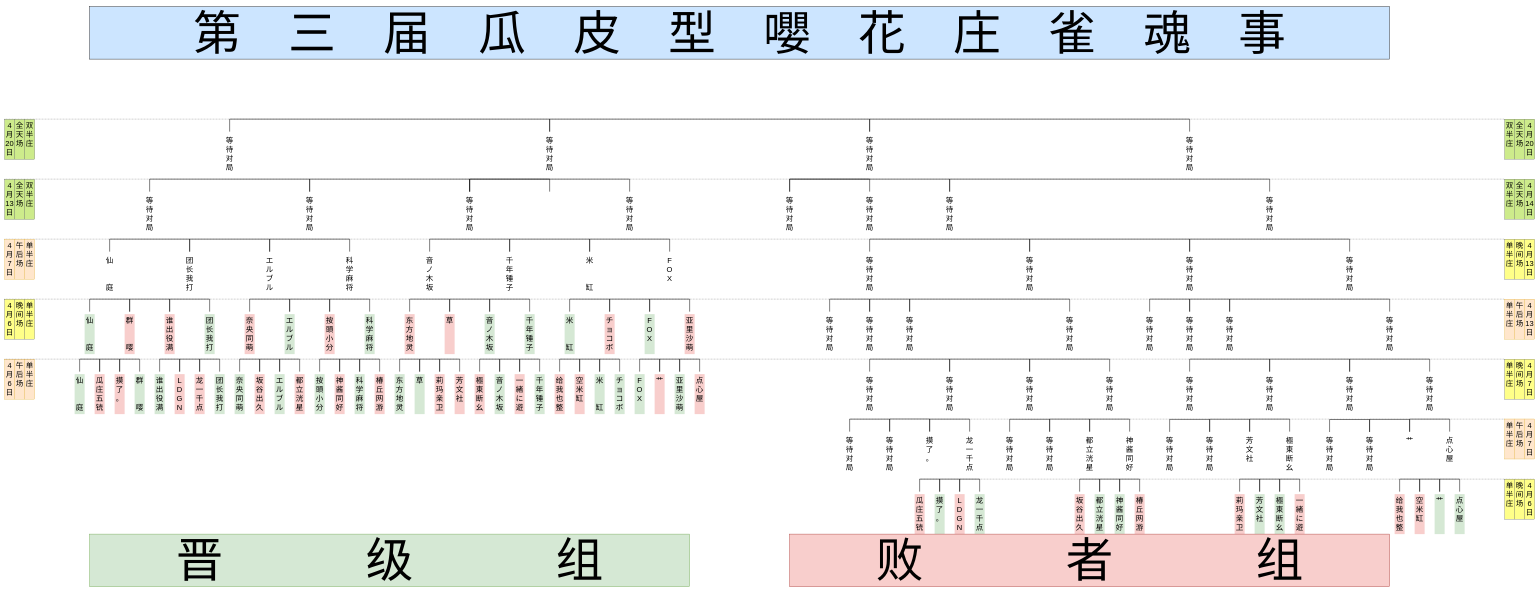
Above: Tree Diagram.drawio in psc2350/pcr.mahjong.pub (draw.io), before the change. Source tidied: cells renumbered, new cells numbered last; positions are measured from the earlier drawing's top-left corner, leaving out a move shared by most shapes. Both pictures are drawn from the tidied source at 25%, with x=0, y=0 at pixel (4, 6).
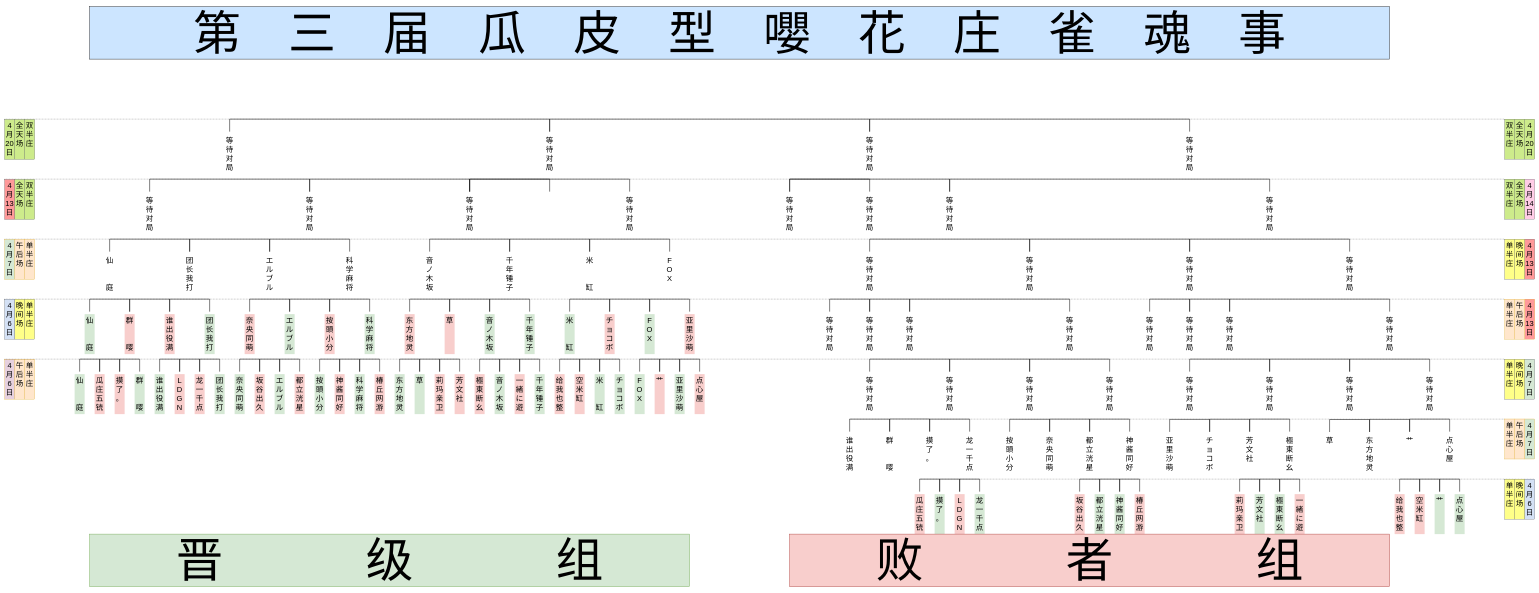
After the change.

The change refers to these unchanged cells:
```xml
<mxCell id="3" style="group;" parent="1" vertex="1">
  <mxGeometry x="280" y="450" width="5560" height="1660" as="geometry" />
</mxCell>
```

What changed in the source:
```diff
@@
-    <mxCell id="203" value="等待对局&lt;br&gt;" style="text;html=1;strokeColor=none;fillColor=none;align=center;verticalAlign=top;whiteSpace=wrap;rounded=0;fontFamily=FZZhunYuan-M02;horizontal=1;fontSize=30;" parent="3" vertex="1">
+    <mxCell id="203" value="群&lt;br&gt;&lt;br&gt;&lt;br&gt;嘤&lt;br&gt;" style="text;html=1;strokeColor=none;fillColor=none;align=center;verticalAlign=top;whiteSpace=wrap;rounded=0;fontFamily=FZZhunYuan-M02;horizontal=1;fontSize=30;" parent="3" vertex="1">
       <mxGeometry x="3240" y="1259.5" width="40" height="160" as="geometry" />
     </mxCell>
@@
-    <mxCell id="205" value="等待对局&lt;br&gt;" style="text;html=1;strokeColor=none;fillColor=none;align=center;verticalAlign=top;whiteSpace=wrap;rounded=0;fontFamily=FZZhunYuan-M02;horizontal=1;fontSize=30;" parent="3" vertex="1">
+    <mxCell id="205" value="谁出役满&lt;br&gt;" style="text;html=1;strokeColor=none;fillColor=none;align=center;verticalAlign=top;whiteSpace=wrap;rounded=0;fontFamily=FZZhunYuan-M02;horizontal=1;fontSize=30;" parent="3" vertex="1">
       <mxGeometry x="3080" y="1260" width="40" height="160" as="geometry" />
     </mxCell>
@@
-    <mxCell id="207" value="等待对局&lt;br&gt;" style="text;html=1;strokeColor=none;fillColor=none;align=center;verticalAlign=top;whiteSpace=wrap;rounded=0;fontFamily=FZZhunYuan-M02;horizontal=1;fontSize=30;" parent="3" vertex="1">
+    <mxCell id="207" value="奈央同萌&lt;br&gt;" style="text;html=1;strokeColor=none;fillColor=none;align=center;verticalAlign=top;whiteSpace=wrap;rounded=0;fontFamily=FZZhunYuan-M02;horizontal=1;fontSize=30;" parent="3" vertex="1">
       <mxGeometry x="3880" y="1260" width="40" height="160" as="geometry" />
     </mxCell>
@@
-    <mxCell id="209" value="等待对局&lt;br&gt;" style="text;html=1;strokeColor=none;fillColor=none;align=center;verticalAlign=top;whiteSpace=wrap;rounded=0;fontFamily=FZZhunYuan-M02;horizontal=1;fontSize=30;" parent="3" vertex="1">
+    <mxCell id="209" value="按頭小分&lt;br&gt;" style="text;html=1;strokeColor=none;fillColor=none;align=center;verticalAlign=top;whiteSpace=wrap;rounded=0;fontFamily=FZZhunYuan-M02;horizontal=1;fontSize=30;" parent="3" vertex="1">
       <mxGeometry x="3720" y="1260.5" width="40" height="160" as="geometry" />
     </mxCell>
@@
-    <mxCell id="211" value="等待对局&lt;br&gt;" style="text;html=1;strokeColor=none;fillColor=none;align=center;verticalAlign=top;whiteSpace=wrap;rounded=0;fontFamily=FZZhunYuan-M02;horizontal=1;fontSize=30;" parent="3" vertex="1">
+    <mxCell id="211" value="チョコボ&lt;br&gt;" style="text;html=1;strokeColor=none;fillColor=none;align=center;verticalAlign=top;whiteSpace=wrap;rounded=0;fontFamily=FZZhunYuan-M02;horizontal=1;fontSize=30;" parent="3" vertex="1">
       <mxGeometry x="4520" y="1260.5" width="40" height="160" as="geometry" />
     </mxCell>
@@
-    <mxCell id="213" value="等待对局&lt;br&gt;" style="text;html=1;strokeColor=none;fillColor=none;align=center;verticalAlign=top;whiteSpace=wrap;rounded=0;fontFamily=FZZhunYuan-M02;horizontal=1;fontSize=30;" parent="3" vertex="1">
+    <mxCell id="213" value="亚里沙萌&lt;br&gt;" style="text;html=1;strokeColor=none;fillColor=none;align=center;verticalAlign=top;whiteSpace=wrap;rounded=0;fontFamily=FZZhunYuan-M02;horizontal=1;fontSize=30;" parent="3" vertex="1">
       <mxGeometry x="4360" y="1261" width="40" height="160" as="geometry" />
     </mxCell>
@@
-    <mxCell id="215" value="等待对局&lt;br&gt;" style="text;html=1;strokeColor=none;fillColor=none;align=center;verticalAlign=top;whiteSpace=wrap;rounded=0;fontFamily=FZZhunYuan-M02;horizontal=1;fontSize=30;" parent="3" vertex="1">
+    <mxCell id="215" value="东方地灵&lt;br&gt;" style="text;html=1;strokeColor=none;fillColor=none;align=center;verticalAlign=top;whiteSpace=wrap;rounded=0;fontFamily=FZZhunYuan-M02;horizontal=1;fontSize=30;" parent="3" vertex="1">
       <mxGeometry x="5159.8" y="1261" width="40" height="160" as="geometry" />
     </mxCell>
@@
-    <mxCell id="217" value="等待对局&lt;br&gt;" style="text;html=1;strokeColor=none;fillColor=none;align=center;verticalAlign=top;whiteSpace=wrap;rounded=0;fontFamily=FZZhunYuan-M02;horizontal=1;fontSize=30;" parent="3" vertex="1">
+    <mxCell id="217" value="草&lt;br&gt;" style="text;html=1;strokeColor=none;fillColor=none;align=center;verticalAlign=top;whiteSpace=wrap;rounded=0;fontFamily=FZZhunYuan-M02;horizontal=1;fontSize=30;" parent="3" vertex="1">
       <mxGeometry x="4999.8" y="1261.5" width="40" height="160" as="geometry" />
     </mxCell>
@@
-    <mxCell id="221" value="&lt;span style=&quot;font-size: 30px&quot;&gt;4月6日&lt;br&gt;&lt;/span&gt;" style="text;html=1;strokeColor=#d79b00;fillColor=#ffe6cc;align=center;verticalAlign=top;whiteSpace=wrap;rounded=0;fontFamily=FZZhunYuan-M02;horizontal=1;fontSize=30;" parent="1" vertex="1">
+    <mxCell id="221" value="&lt;span style=&quot;font-size: 30px&quot;&gt;4月6日&lt;br&gt;&lt;/span&gt;" style="text;html=1;strokeColor=#d79b00;fillColor=#E6D0DE;align=center;verticalAlign=top;whiteSpace=wrap;rounded=0;fontFamily=FZZhunYuan-M02;horizontal=1;fontSize=30;" parent="1" vertex="1">
       <mxGeometry y="1410" width="40" height="160" as="geometry" />
     </mxCell>
@@
-    <mxCell id="226" value="&lt;span style=&quot;font-size: 30px&quot;&gt;4月6日&lt;br&gt;&lt;/span&gt;" style="text;html=1;strokeColor=#36393d;fillColor=#ffff88;align=center;verticalAlign=top;whiteSpace=wrap;rounded=0;fontFamily=FZZhunYuan-M02;horizontal=1;fontSize=30;" parent="1" vertex="1">
+    <mxCell id="226" value="&lt;span style=&quot;font-size: 30px&quot;&gt;4月6日&lt;br&gt;&lt;/span&gt;" style="text;html=1;strokeColor=#36393d;fillColor=#D4E1F5;align=center;verticalAlign=top;whiteSpace=wrap;rounded=0;fontFamily=FZZhunYuan-M02;horizontal=1;fontSize=30;" parent="1" vertex="1">
       <mxGeometry y="1170" width="40" height="160" as="geometry" />
     </mxCell>
@@
-    <mxCell id="230" value="&lt;span style=&quot;font-size: 30px&quot;&gt;4月7日&lt;br&gt;&lt;/span&gt;" style="text;html=1;strokeColor=#d79b00;fillColor=#ffe6cc;align=center;verticalAlign=top;whiteSpace=wrap;rounded=0;fontFamily=FZZhunYuan-M02;horizontal=1;fontSize=30;" parent="1" vertex="1">
+    <mxCell id="230" value="&lt;span style=&quot;font-size: 30px&quot;&gt;4月7日&lt;br&gt;&lt;/span&gt;" style="text;html=1;strokeColor=#d79b00;fillColor=#D5E8D4;align=center;verticalAlign=top;whiteSpace=wrap;rounded=0;fontFamily=FZZhunYuan-M02;horizontal=1;fontSize=30;" parent="1" vertex="1">
       <mxGeometry y="931" width="40" height="160" as="geometry" />
     </mxCell>
@@
-    <mxCell id="234" value="&lt;span style=&quot;font-size: 30px&quot;&gt;4月13日&lt;br&gt;&lt;/span&gt;" style="text;html=1;strokeColor=#36393d;fillColor=#cdeb8b;align=center;verticalAlign=top;whiteSpace=wrap;rounded=0;fontFamily=FZZhunYuan-M02;horizontal=1;fontSize=30;" parent="1" vertex="1">
+    <mxCell id="234" value="&lt;span style=&quot;font-size: 30px&quot;&gt;4月13日&lt;br&gt;&lt;/span&gt;" style="text;html=1;strokeColor=#36393d;fillColor=#FF9999;align=center;verticalAlign=top;whiteSpace=wrap;rounded=0;fontFamily=FZZhunYuan-M02;horizontal=1;fontSize=30;" parent="1" vertex="1">
       <mxGeometry y="691" width="40" height="160" as="geometry" />
     </mxCell>
@@
-    <mxCell id="237" value="4月6日" style="text;html=1;strokeColor=#36393d;fillColor=#ffff88;align=center;verticalAlign=top;whiteSpace=wrap;rounded=0;fontFamily=FZZhunYuan-M02;horizontal=1;fontSize=30;" parent="1" vertex="1">
+    <mxCell id="237" value="4月6日" style="text;html=1;strokeColor=#36393d;fillColor=#D4E1F5;align=center;verticalAlign=top;whiteSpace=wrap;rounded=0;fontFamily=FZZhunYuan-M02;horizontal=1;fontSize=30;" parent="1" vertex="1">
       <mxGeometry x="6080.2" y="1890" width="40" height="160" as="geometry" />
     </mxCell>
@@
-    <mxCell id="240" value="4月7日" style="text;html=1;strokeColor=#d79b00;fillColor=#ffe6cc;align=center;verticalAlign=top;whiteSpace=wrap;rounded=0;fontFamily=FZZhunYuan-M02;horizontal=1;fontSize=30;" parent="1" vertex="1">
+    <mxCell id="240" value="4月7日" style="text;html=1;strokeColor=#d79b00;fillColor=#D5E8D4;align=center;verticalAlign=top;whiteSpace=wrap;rounded=0;fontFamily=FZZhunYuan-M02;horizontal=1;fontSize=30;" parent="1" vertex="1">
       <mxGeometry x="6080.2" y="1649.5" width="40" height="160" as="geometry" />
     </mxCell>
@@
-    <mxCell id="243" value="4月7日" style="text;html=1;strokeColor=#36393d;fillColor=#ffff88;align=center;verticalAlign=top;whiteSpace=wrap;rounded=0;fontFamily=FZZhunYuan-M02;horizontal=1;fontSize=30;" parent="1" vertex="1">
+    <mxCell id="243" value="4月7日" style="text;html=1;strokeColor=#36393d;fillColor=#D5E8D4;align=center;verticalAlign=top;whiteSpace=wrap;rounded=0;fontFamily=FZZhunYuan-M02;horizontal=1;fontSize=30;" parent="1" vertex="1">
       <mxGeometry x="6080.2" y="1410" width="40" height="160" as="geometry" />
     </mxCell>
@@
-    <mxCell id="246" value="4月13日" style="text;html=1;strokeColor=#d79b00;fillColor=#ffe6cc;align=center;verticalAlign=top;whiteSpace=wrap;rounded=0;fontFamily=FZZhunYuan-M02;horizontal=1;fontSize=30;" parent="1" vertex="1">
+    <mxCell id="246" value="4月13日" style="text;html=1;strokeColor=#d79b00;fillColor=#FF9999;align=center;verticalAlign=top;whiteSpace=wrap;rounded=0;fontFamily=FZZhunYuan-M02;horizontal=1;fontSize=30;" parent="1" vertex="1">
       <mxGeometry x="6080.2" y="1170" width="40" height="160" as="geometry" />
     </mxCell>
@@
-    <mxCell id="249" value="4月13日" style="text;html=1;strokeColor=#36393d;fillColor=#ffff88;align=center;verticalAlign=top;whiteSpace=wrap;rounded=0;fontFamily=FZZhunYuan-M02;horizontal=1;fontSize=30;" parent="1" vertex="1">
+    <mxCell id="249" value="4月13日" style="text;html=1;strokeColor=#36393d;fillColor=#FF9999;align=center;verticalAlign=top;whiteSpace=wrap;rounded=0;fontFamily=FZZhunYuan-M02;horizontal=1;fontSize=30;" parent="1" vertex="1">
       <mxGeometry x="6080.2" y="930" width="40" height="160" as="geometry" />
     </mxCell>
@@
-    <mxCell id="252" value="4月14日" style="text;html=1;strokeColor=#36393d;fillColor=#cdeb8b;align=center;verticalAlign=top;whiteSpace=wrap;rounded=0;fontFamily=FZZhunYuan-M02;horizontal=1;fontSize=30;" parent="1" vertex="1">
+    <mxCell id="252" value="4月14日" style="text;html=1;strokeColor=#36393d;fillColor=#FFCCE6;align=center;verticalAlign=top;whiteSpace=wrap;rounded=0;fontFamily=FZZhunYuan-M02;horizontal=1;fontSize=30;" parent="1" vertex="1">
       <mxGeometry x="6080.2" y="690" width="40" height="160" as="geometry" />
     </mxCell>
```
